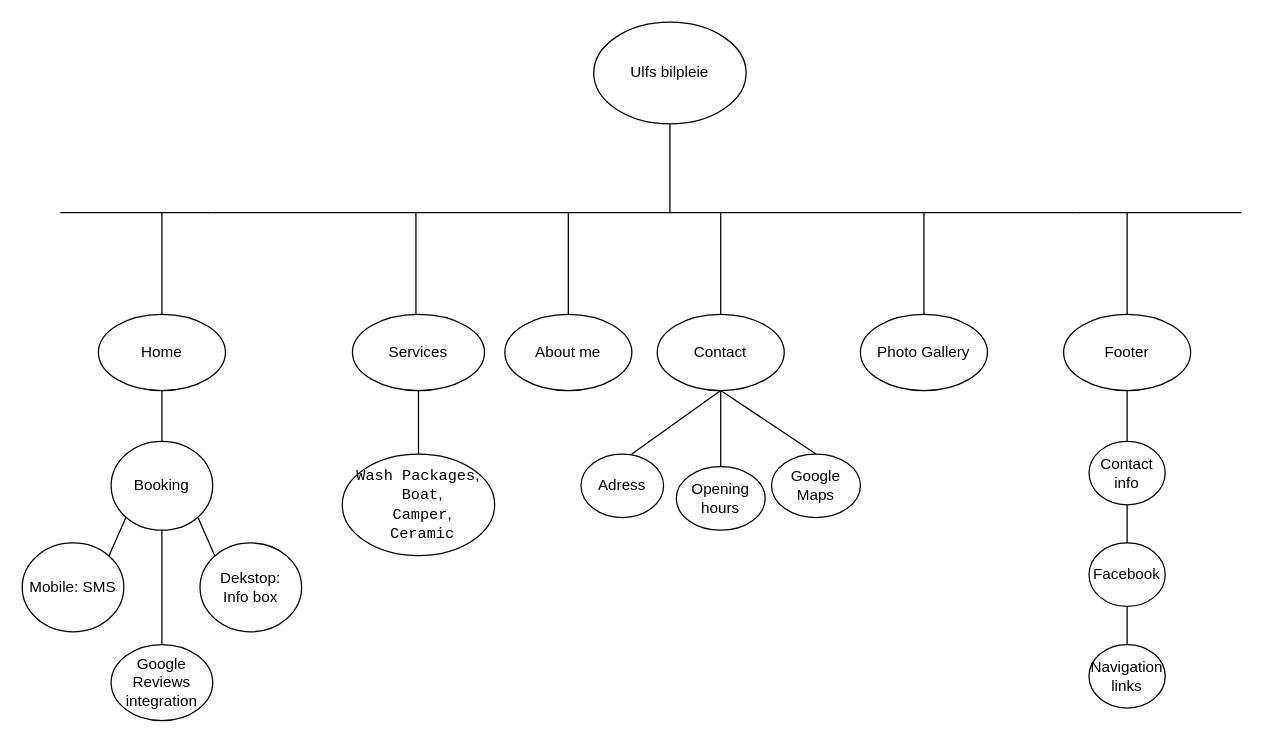
This is Untitled Diagram.drawio from Fahim197/Prosjekt2, a draw.io file, before an edit. Source tidied: cells renumbered, new cells numbered last; positions are measured from the earlier drawing's top-left corner, leaving out a move shared by most shapes. Both pictures are drawn from the tidied source at 127%, with x=0, y=0 at pixel (22, 22).
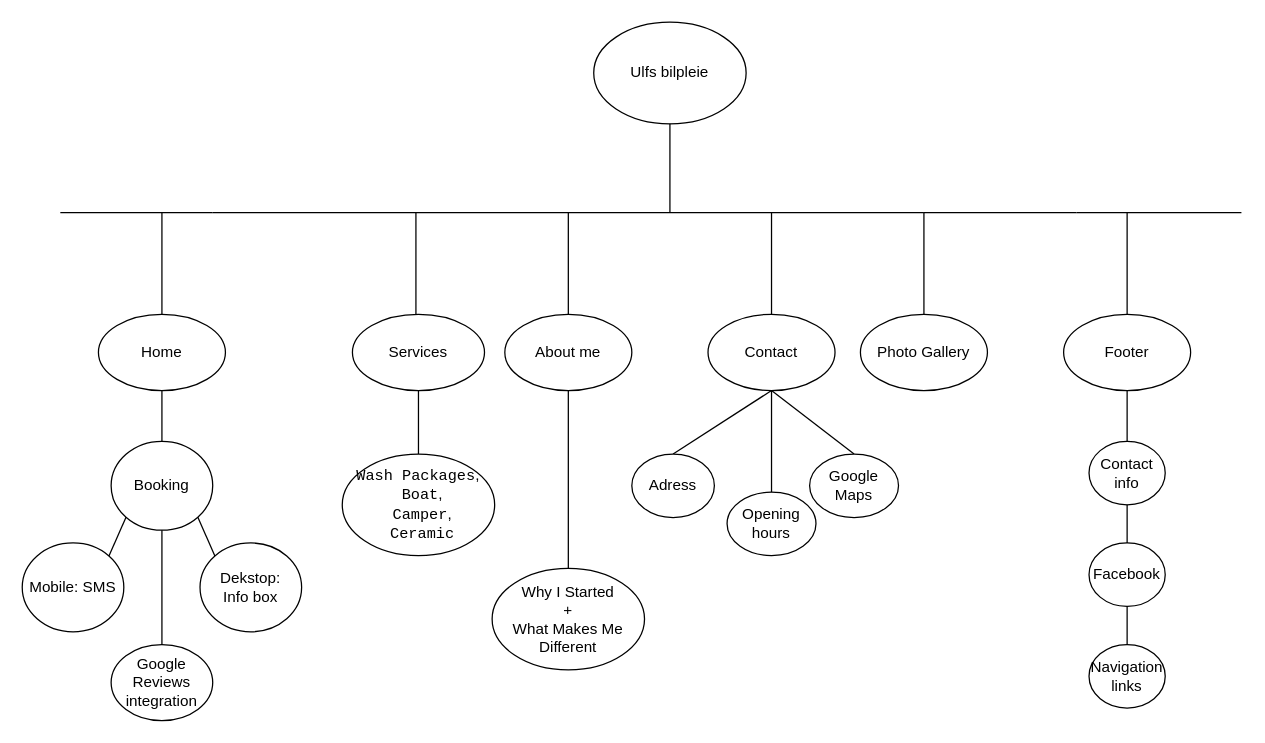
After the change.

Commit message:
Website map

The change refers to these unchanged cells:
```xml
<mxCell id="5" value="About me" style="ellipse;whiteSpace=wrap;html=1;" parent="1" vertex="1">
  <mxGeometry x="380" y="230" width="100" height="60" as="geometry" />
</mxCell>
```

Change to the diagram source:
```diff
@@
-    <mxCell id="6" style="endArrow=none;html=1;rounded=0;entryX=0.5;entryY=0;entryDx=0;entryDy=0;" parent="1" edge="1">
+    <mxCell id="6" style="endArrow=none;html=1;rounded=0;entryX=0.5;entryY=0;entryDx=0;entryDy=0;" parent="1" edge="1" target="7">
       <mxGeometry relative="1" as="geometry">
-        <mxPoint x="550" y="150" as="sourcePoint" />
-        <mxPoint x="550" y="230" as="targetPoint" />
+        <mxPoint x="590" y="150" as="sourcePoint" />
       </mxGeometry>
     </mxCell>
     <mxCell id="7" value="Contact" style="ellipse;whiteSpace=wrap;html=1;" parent="1" vertex="1">
-      <mxGeometry x="500" y="230" width="100" height="60" as="geometry" />
+      <mxGeometry x="540" y="230" width="100" height="60" as="geometry" />
     </mxCell>
@@
-    <mxCell id="10" style="endArrow=none;html=1;rounded=0;exitX=0.5;exitY=1;exitDx=0;exitDy=0;entryX=0.5;entryY=0;entryDx=0;entryDy=0;" parent="1" edge="1" target="11">
+    <mxCell id="10" style="endArrow=none;html=1;rounded=0;entryX=0.5;entryY=0;entryDx=0;entryDy=0;" parent="1" edge="1" target="11">
       <mxGeometry relative="1" as="geometry">
-        <mxPoint x="550" y="290" as="sourcePoint" />
+        <mxPoint x="590" y="290" as="sourcePoint" />
       </mxGeometry>
     </mxCell>
     <mxCell id="11" value="Google Maps" style="ellipse;whiteSpace=wrap;html=1;" parent="1" vertex="1">
-      <mxGeometry x="590" y="340" width="70" height="50" as="geometry" />
+      <mxGeometry x="620" y="340" width="70" height="50" as="geometry" />
     </mxCell>
@@
     <mxCell id="38" value="Opening hours" style="ellipse;whiteSpace=wrap;html=1;" parent="1" vertex="1">
-      <mxGeometry x="515" y="350" width="70" height="50" as="geometry" />
+      <mxGeometry x="555" y="370" width="70" height="50" as="geometry" />
     </mxCell>
@@
-    <mxCell id="40" style="endArrow=none;html=1;rounded=0;" parent="1" edge="1">
+    <mxCell id="40" style="endArrow=none;html=1;rounded=0;exitX=0.5;exitY=0;exitDx=0;exitDy=0;" parent="1" edge="1" source="41">
       <mxGeometry relative="1" as="geometry">
-        <mxPoint x="480" y="340" as="sourcePoint" />
-        <mxPoint x="550" y="290" as="targetPoint" />
+        <mxPoint x="590" y="290" as="targetPoint" />
       </mxGeometry>
     </mxCell>
     <mxCell id="41" value="Adress" style="ellipse;whiteSpace=wrap;html=1;" parent="1" vertex="1">
-      <mxGeometry x="440" y="340" width="65" height="50" as="geometry" />
+      <mxGeometry x="480" y="340" width="65" height="50" as="geometry" />
     </mxCell>
+    <mxCell id="42" style="endArrow=none;html=1;rounded=0;exitX=0.5;exitY=1;exitDx=0;exitDy=0;" parent="1" edge="1" source="5">
+      <mxGeometry relative="1" as="geometry">
+        <mxPoint x="430" y="430" as="targetPoint" />
+      </mxGeometry>
+    </mxCell>
+    <mxCell id="43" value="Why I Started&lt;br&gt;+&lt;br&gt;What Makes Me Different" style="ellipse;whiteSpace=wrap;html=1;" parent="1" vertex="1">
+      <mxGeometry x="370" y="430" width="120" height="80" as="geometry" />
+    </mxCell>
```
